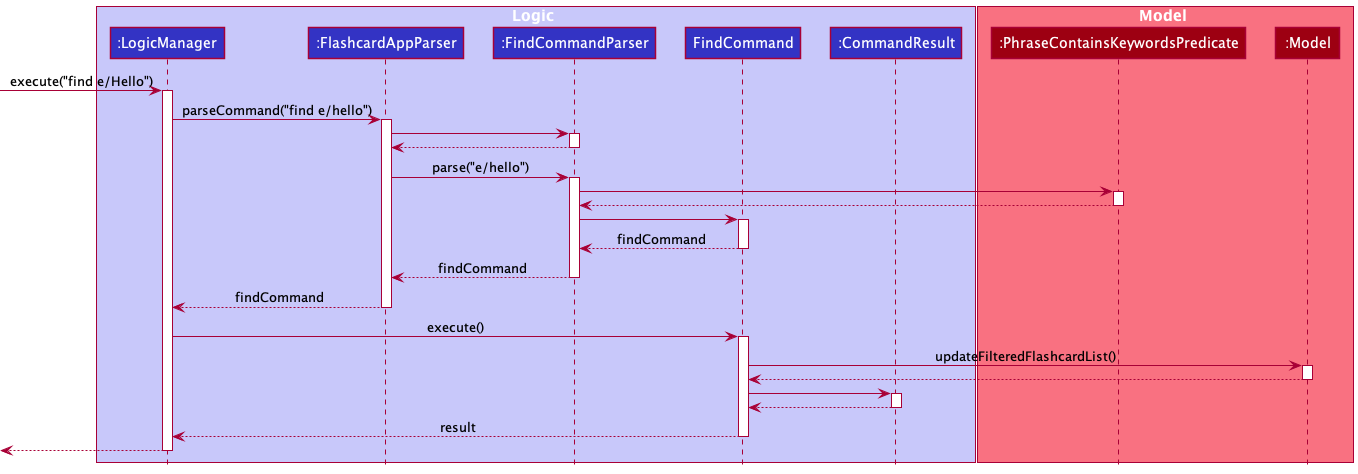
Earlier version of the PlantUML export docs/images/FindSequenceDiagram.png (sharmainec/tp). The source it was exported from:
```plantuml
@startuml
!include style.puml

box Logic LOGIC_COLOR_T1
participant ":LogicManager" as LogicManager LOGIC_COLOR
participant ":FlashcardAppParser" as FlashcardAppParser LOGIC_COLOR
participant ":FindCommandParser" as FindCommandParser LOGIC_COLOR
participant "FindCommand" as FindCommand LOGIC_COLOR
participant ":CommandResult" as CommandResult LOGIC_COLOR
end box

box Model MODEL_COLOR_T1
participant ":PhraseContainsKeywordsPredicate" as PhraseContainsKeywordsPredicate MODEL_COLOR
participant ":Model" as Model MODEL_COLOR
end box

[->LogicManager : execute("find e/Hello")
activate LogicManager

LogicManager -> FlashcardAppParser : parseCommand("find e/hello")
activate FlashcardAppParser

FlashcardAppParser -> FindCommandParser
activate FindCommandParser

FindCommandParser --> FlashcardAppParser
deactivate FindCommandParser

FlashcardAppParser -> FindCommandParser : parse("e/hello")
activate FindCommandParser

FindCommandParser -> PhraseContainsKeywordsPredicate
activate PhraseContainsKeywordsPredicate

PhraseContainsKeywordsPredicate --> FindCommandParser
deactivate PhraseContainsKeywordsPredicate

FindCommandParser -> FindCommand
activate FindCommand

FindCommand --> FindCommandParser : findCommand
deactivate FindCommand

FindCommandParser --> FlashcardAppParser : findCommand
deactivate FindCommandParser

FlashcardAppParser --> LogicManager : findCommand
deactivate FlashcardAppParser

LogicManager -> FindCommand : execute()
activate FindCommand

FindCommand -> Model : updateFilteredFlashcardList()
activate Model

Model --> FindCommand
deactivate Model

FindCommand -> CommandResult
activate CommandResult

CommandResult --> FindCommand
deactivate CommandResult

FindCommand --> LogicManager : result
deactivate FindCommand

[<--LogicManager
deactivate LogicManager

@enduml
```
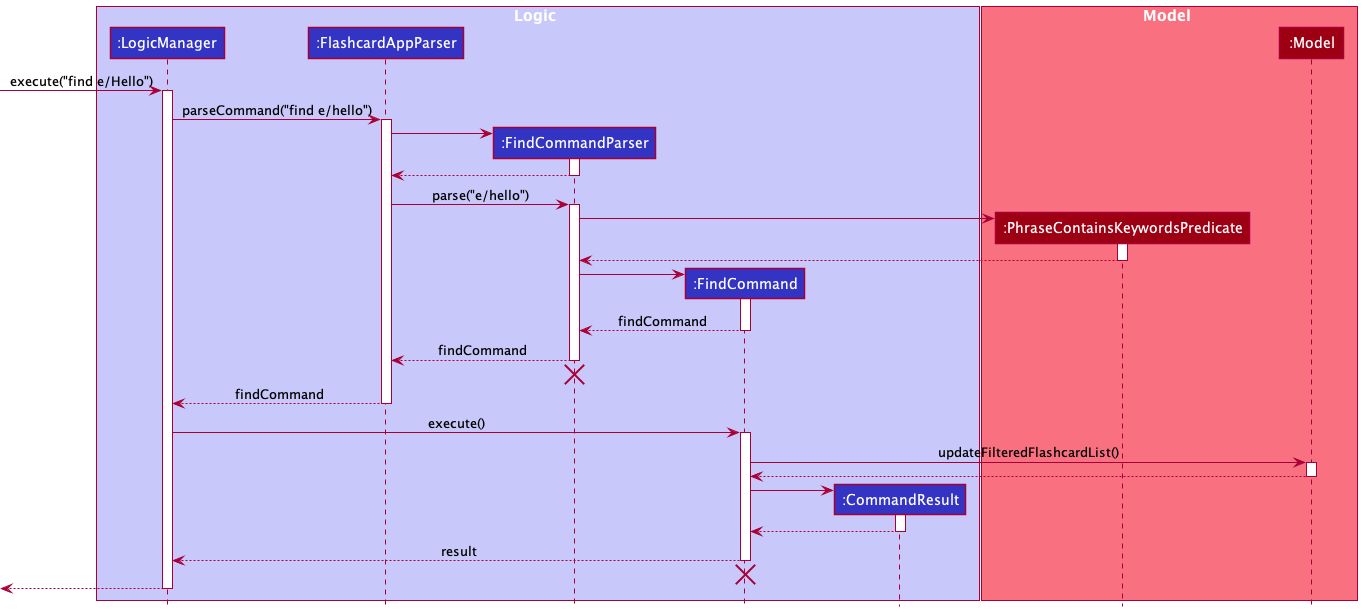
After the change.

Commit message:
Update UML diagram for FindCommand

What changed in the source:
```diff
@@ -5,7 +5,7 @@
 participant ":LogicManager" as LogicManager LOGIC_COLOR
 participant ":FlashcardAppParser" as FlashcardAppParser LOGIC_COLOR
 participant ":FindCommandParser" as FindCommandParser LOGIC_COLOR
-participant "FindCommand" as FindCommand LOGIC_COLOR
+participant ":FindCommand" as FindCommand LOGIC_COLOR
 participant ":CommandResult" as CommandResult LOGIC_COLOR
 end box
 
@@ -20,6 +20,7 @@
 LogicManager -> FlashcardAppParser : parseCommand("find e/hello")
 activate FlashcardAppParser
 
+create FindCommandParser
 FlashcardAppParser -> FindCommandParser
 activate FindCommandParser
 
@@ -29,12 +30,14 @@
 FlashcardAppParser -> FindCommandParser : parse("e/hello")
 activate FindCommandParser
 
+create PhraseContainsKeywordsPredicate
 FindCommandParser -> PhraseContainsKeywordsPredicate
 activate PhraseContainsKeywordsPredicate
 
 PhraseContainsKeywordsPredicate --> FindCommandParser
 deactivate PhraseContainsKeywordsPredicate
 
+create FindCommand
 FindCommandParser -> FindCommand
 activate FindCommand
 
@@ -43,6 +46,8 @@
 
 FindCommandParser --> FlashcardAppParser : findCommand
 deactivate FindCommandParser
+FindCommandParser -[hidden]-> FlashcardAppParser
+destroy FindCommandParser
 
 FlashcardAppParser --> LogicManager : findCommand
 deactivate FlashcardAppParser
@@ -56,6 +61,7 @@
 Model --> FindCommand
 deactivate Model
 
+create CommandResult
 FindCommand -> CommandResult
 activate CommandResult
 
@@ -64,6 +70,8 @@
 
 FindCommand --> LogicManager : result
 deactivate FindCommand
+FindCommand -[hidden]-> LogicManager
+destroy FindCommand
 
 [<--LogicManager
 deactivate LogicManager
```
